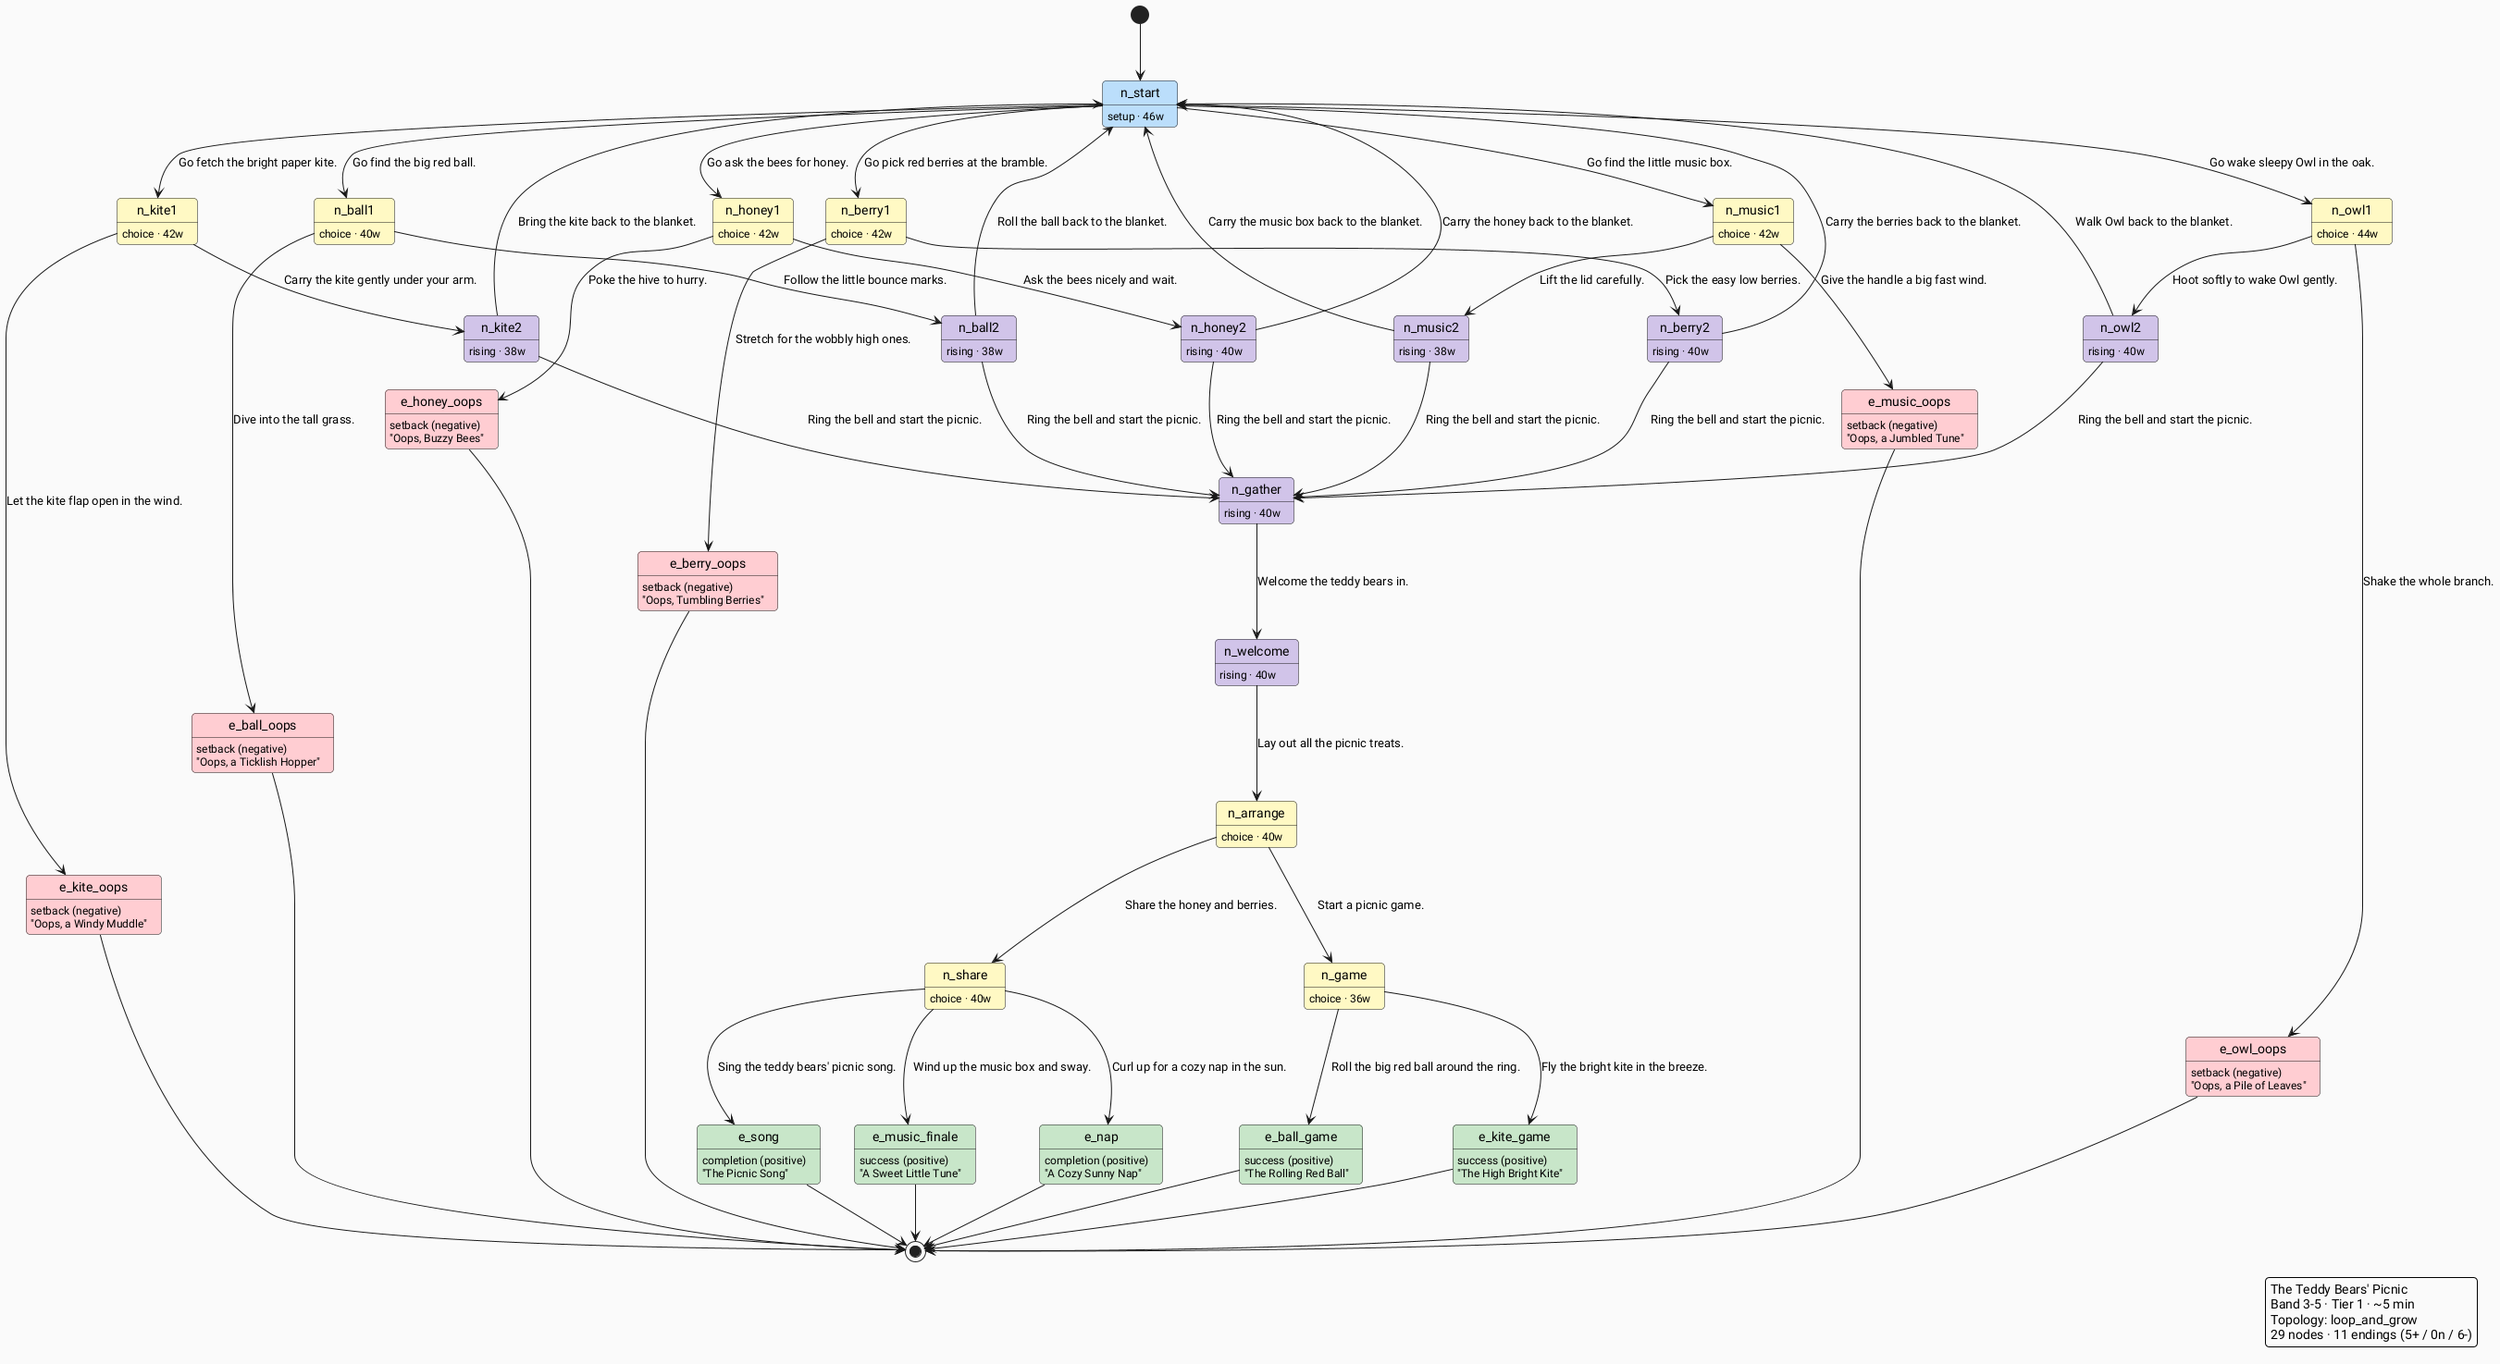
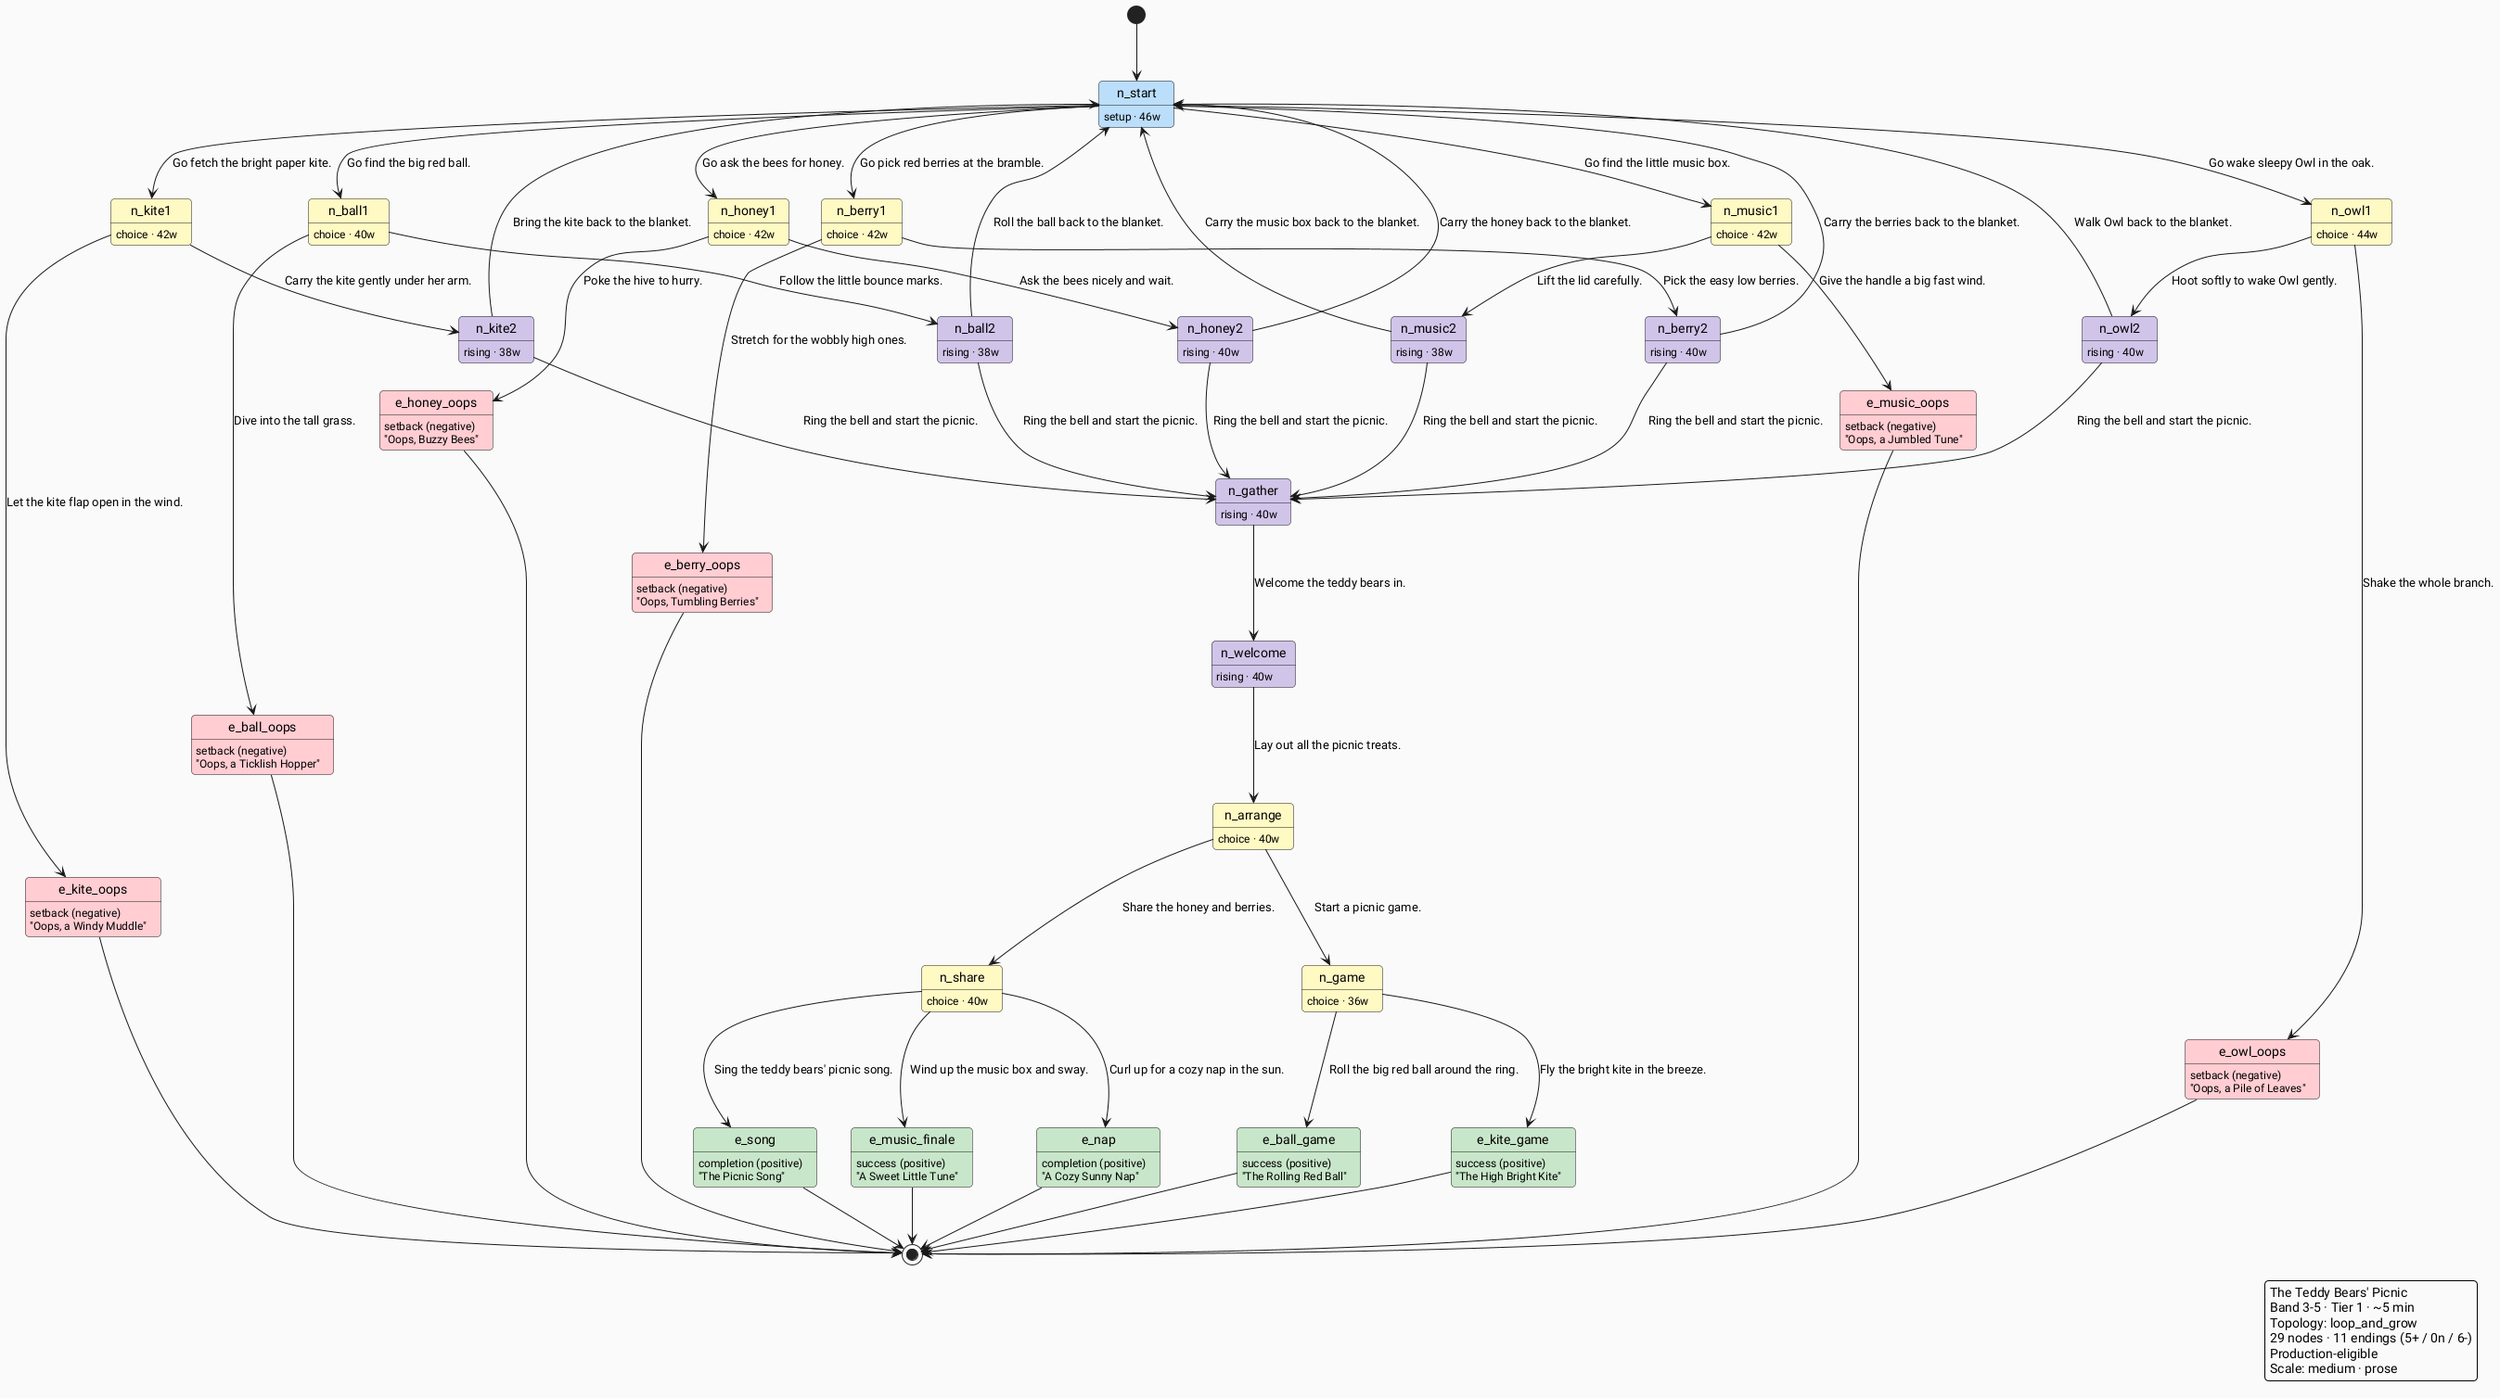
@startuml the-teddy-bears-picnic
' Generated from skeleton JSON by scripts/render_skeleton_diagrams.py.
' Do not edit by hand; re-run the generator.
skinparam defaultFontName "Roboto"
skinparam backgroundColor #FAFAFA
skinparam roundCorner 8
hide empty description

[*] --> n_start
state n_start #BBDEFB
n_start : setup · 46w
state n_honey1 #FFF9C4
n_honey1 : choice · 42w
state n_honey2 #D1C4E9
n_honey2 : rising · 40w
state e_honey_oops #FFCDD2
e_honey_oops : setback (negative)
e_honey_oops : "Oops, Buzzy Bees"
state n_berry1 #FFF9C4
n_berry1 : choice · 42w
state n_berry2 #D1C4E9
n_berry2 : rising · 40w
state e_berry_oops #FFCDD2
e_berry_oops : setback (negative)
e_berry_oops : "Oops, Tumbling Berries"
state n_ball1 #FFF9C4
n_ball1 : choice · 40w
state n_ball2 #D1C4E9
n_ball2 : rising · 38w
state e_ball_oops #FFCDD2
e_ball_oops : setback (negative)
e_ball_oops : "Oops, a Ticklish Hopper"
state n_kite1 #FFF9C4
n_kite1 : choice · 42w
state n_kite2 #D1C4E9
n_kite2 : rising · 38w
state e_kite_oops #FFCDD2
e_kite_oops : setback (negative)
e_kite_oops : "Oops, a Windy Muddle"
state n_owl1 #FFF9C4
n_owl1 : choice · 44w
state n_owl2 #D1C4E9
n_owl2 : rising · 40w
state e_owl_oops #FFCDD2
e_owl_oops : setback (negative)
e_owl_oops : "Oops, a Pile of Leaves"
state n_music1 #FFF9C4
n_music1 : choice · 42w
state n_music2 #D1C4E9
n_music2 : rising · 38w
state e_music_oops #FFCDD2
e_music_oops : setback (negative)
e_music_oops : "Oops, a Jumbled Tune"
state n_gather #D1C4E9
n_gather : rising · 40w
state n_welcome #D1C4E9
n_welcome : rising · 40w
state n_arrange #FFF9C4
n_arrange : choice · 40w
state n_share #FFF9C4
n_share : choice · 40w
state n_game #FFF9C4
n_game : choice · 36w
state e_song #C8E6C9
e_song : completion (positive)
e_song : "The Picnic Song"
state e_music_finale #C8E6C9
e_music_finale : success (positive)
e_music_finale : "A Sweet Little Tune"
state e_nap #C8E6C9
e_nap : completion (positive)
e_nap : "A Cozy Sunny Nap"
state e_ball_game #C8E6C9
e_ball_game : success (positive)
e_ball_game : "The Rolling Red Ball"
state e_kite_game #C8E6C9
e_kite_game : success (positive)
e_kite_game : "The High Bright Kite"
n_start --> n_honey1 : Go ask the bees for honey.
n_start --> n_berry1 : Go pick red berries at the bramble.
n_start --> n_ball1 : Go find the big red ball.
n_start --> n_kite1 : Go fetch the bright paper kite.
n_start --> n_owl1 : Go wake sleepy Owl in the oak.
n_start --> n_music1 : Go find the little music box.
n_honey1 --> n_honey2 : Ask the bees nicely and wait.
n_honey1 --> e_honey_oops : Poke the hive to hurry.
n_honey2 --> n_start : Carry the honey back to the blanket.
n_honey2 --> n_gather : Ring the bell and start the picnic.
n_berry1 --> n_berry2 : Pick the easy low berries.
n_berry1 --> e_berry_oops : Stretch for the wobbly high ones.
n_berry2 --> n_start : Carry the berries back to the blanket.
n_berry2 --> n_gather : Ring the bell and start the picnic.
n_ball1 --> n_ball2 : Follow the little bounce marks.
n_ball1 --> e_ball_oops : Dive into the tall grass.
n_ball2 --> n_start : Roll the ball back to the blanket.
n_ball2 --> n_gather : Ring the bell and start the picnic.
- n_kite1 --> n_kite2 : Carry the kite gently under your arm.
+ n_kite1 --> n_kite2 : Carry the kite gently under her arm.
n_kite1 --> e_kite_oops : Let the kite flap open in the wind.
n_kite2 --> n_start : Bring the kite back to the blanket.
n_kite2 --> n_gather : Ring the bell and start the picnic.
n_owl1 --> n_owl2 : Hoot softly to wake Owl gently.
n_owl1 --> e_owl_oops : Shake the whole branch.
n_owl2 --> n_start : Walk Owl back to the blanket.
n_owl2 --> n_gather : Ring the bell and start the picnic.
n_music1 --> n_music2 : Lift the lid carefully.
n_music1 --> e_music_oops : Give the handle a big fast wind.
n_music2 --> n_start : Carry the music box back to the blanket.
n_music2 --> n_gather : Ring the bell and start the picnic.
n_gather --> n_welcome : Welcome the teddy bears in.
n_welcome --> n_arrange : Lay out all the picnic treats.
n_arrange --> n_share : Share the honey and berries.
n_arrange --> n_game : Start a picnic game.
n_share --> e_song : Sing the teddy bears' picnic song.
n_share --> e_music_finale : Wind up the music box and sway.
n_share --> e_nap : Curl up for a cozy nap in the sun.
n_game --> e_ball_game : Roll the big red ball around the ring.
n_game --> e_kite_game : Fly the bright kite in the breeze.
e_honey_oops --> [*]
e_berry_oops --> [*]
e_ball_oops --> [*]
e_kite_oops --> [*]
e_owl_oops --> [*]
e_music_oops --> [*]
e_song --> [*]
e_music_finale --> [*]
e_nap --> [*]
e_ball_game --> [*]
e_kite_game --> [*]

legend right
  The Teddy Bears' Picnic
  Band 3-5 · Tier 1 · ~5 min
  Topology: loop_and_grow
  29 nodes · 11 endings (5+ / 0n / 6-)
+   Production-eligible
+   Scale: medium · prose
endlegend
@enduml
